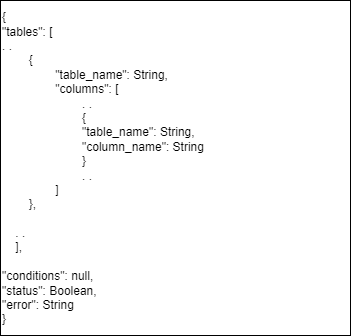
Above: documentation/SemanticParserFile.drawio.png in Rift343/COSMOS (draw.io), before the change. Source tidied: cells renumbered, new cells last; positions are measured from the earlier drawing's top-left corner, leaving out a move shared by most shapes. The source it was exported from:
```xml
<mxGraphModel>
  <root>
    <mxCell id="0" />
    <mxCell id="1" parent="0" />
    <mxCell id="2" value="&lt;div&gt;{&lt;/div&gt;&lt;div&gt;&quot;tables&quot;: [&lt;/div&gt;&lt;div&gt;. .&lt;span style=&quot;&quot;&gt;&lt;/span&gt;&lt;/div&gt;&lt;div&gt;&lt;span style=&quot;&quot;&gt;&lt;span style=&quot;&quot;&gt;&lt;span style=&quot;&quot;&gt;&amp;nbsp;&amp;nbsp;&amp;nbsp;&amp;nbsp;&lt;/span&gt;&lt;span style=&quot;&quot;&gt;&amp;nbsp;&amp;nbsp;&amp;nbsp;&amp;nbsp;&lt;/span&gt;&lt;/span&gt;{&lt;/span&gt;&lt;/div&gt;&lt;span style=&quot;border-color: var(--border-color);&quot;&gt;&lt;span style=&quot;white-space: pre;&quot;&gt;&#9;&lt;span style=&quot;white-space: pre;&quot;&gt;&#9;&lt;/span&gt;&lt;/span&gt;&lt;/span&gt;&quot;table_name&quot;: String,&lt;div&gt;&lt;span style=&quot;&quot;&gt;&lt;span style=&quot;&quot;&gt;&lt;span style=&quot;&quot;&gt;&amp;nbsp;&amp;nbsp;&amp;nbsp;&amp;nbsp;&lt;/span&gt;&lt;span style=&quot;&quot;&gt;&amp;nbsp;&amp;nbsp;&amp;nbsp;&amp;nbsp;&lt;span style=&quot;white-space: pre;&quot;&gt;&#9;&lt;/span&gt;&lt;/span&gt;&lt;/span&gt;&quot;columns&quot;: [&lt;/span&gt;&lt;/div&gt;&lt;div&gt;&lt;span style=&quot;&quot;&gt;&lt;span style=&quot;white-space: pre;&quot;&gt;&#9;&lt;/span&gt;&lt;span style=&quot;white-space: pre;&quot;&gt;&#9;&lt;/span&gt;&lt;span style=&quot;white-space: pre;&quot;&gt;&#9;&lt;/span&gt;. .&lt;/span&gt;&lt;/div&gt;&lt;div&gt;&lt;span style=&quot;&quot;&gt;&lt;span style=&quot;white-space: pre;&quot;&gt;&#9;&lt;/span&gt;&lt;span style=&quot;white-space: pre;&quot;&gt;&#9;&lt;span style=&quot;white-space: pre;&quot;&gt;&#9;&lt;/span&gt;&lt;/span&gt;{&lt;/span&gt;&lt;/div&gt;&lt;div&gt;&lt;span style=&quot;&quot;&gt;&lt;span style=&quot;white-space: pre;&quot;&gt;&#9;&lt;/span&gt;&lt;span style=&quot;white-space: pre;&quot;&gt;&#9;&lt;span style=&quot;white-space: pre;&quot;&gt;&#9;&lt;/span&gt;&quot;&lt;/span&gt;table_name&quot;: String,&lt;/span&gt;&lt;/div&gt;&lt;div&gt;&lt;span style=&quot;&quot;&gt;&lt;span style=&quot;white-space: pre;&quot;&gt;&#9;&lt;/span&gt;&lt;span style=&quot;white-space: pre;&quot;&gt;&#9;&lt;/span&gt;&lt;span style=&quot;white-space: pre;&quot;&gt;&#9;&lt;/span&gt;&quot;column_name&quot;: String&lt;/span&gt;&lt;/div&gt;&lt;div&gt;&lt;span style=&quot;&quot;&gt;&lt;span style=&quot;white-space: pre;&quot;&gt;&#9;&lt;/span&gt;&lt;span style=&quot;white-space: pre;&quot;&gt;&#9;&lt;span style=&quot;white-space: pre;&quot;&gt;&#9;&lt;/span&gt;&lt;/span&gt;}&lt;/span&gt;&lt;/div&gt;&lt;div&gt;&lt;span style=&quot;&quot;&gt;&lt;span style=&quot;white-space: pre;&quot;&gt;&#9;&lt;/span&gt;&lt;span style=&quot;white-space: pre;&quot;&gt;&#9;&lt;/span&gt;&lt;span style=&quot;white-space: pre;&quot;&gt;&#9;&lt;/span&gt;. .&lt;br&gt;&lt;/span&gt;&lt;/div&gt;&lt;div&gt;&lt;span style=&quot;&quot;&gt;&lt;span style=&quot;white-space: pre;&quot;&gt;&#9;&lt;span style=&quot;white-space: pre;&quot;&gt;&#9;&lt;/span&gt;&lt;/span&gt;]&lt;br&gt;&lt;/span&gt;&lt;/div&gt;&lt;div&gt;&lt;span style=&quot;&quot;&gt;&lt;span style=&quot;&quot;&gt;&lt;span style=&quot;&quot;&gt;&amp;nbsp;&amp;nbsp;&amp;nbsp;&amp;nbsp;&lt;/span&gt;&lt;span style=&quot;&quot;&gt;&amp;nbsp;&amp;nbsp;&amp;nbsp;&amp;nbsp;&lt;/span&gt;&lt;/span&gt;},&lt;/span&gt;&lt;/div&gt;&lt;div&gt;&lt;br&gt;&lt;/div&gt;&lt;div&gt;&lt;span style=&quot;&quot;&gt;&lt;span style=&quot;&quot;&gt;&lt;span style=&quot;&quot;&gt;&amp;nbsp;&amp;nbsp;&amp;nbsp;&amp;nbsp;&lt;/span&gt;&lt;/span&gt;. .&lt;/span&gt;&lt;/div&gt;&lt;div&gt;&lt;span style=&quot;&quot;&gt;&lt;span style=&quot;&quot;&gt;&lt;span style=&quot;&quot;&gt;&amp;nbsp;&amp;nbsp;&amp;nbsp;&amp;nbsp;&lt;/span&gt;&lt;/span&gt;],&lt;/span&gt;&lt;/div&gt;&lt;div&gt;&lt;br&gt;&lt;/div&gt;&lt;div&gt;&quot;conditions&quot;: null,&lt;/div&gt;&lt;div&gt;&quot;status&quot;: Boolean,&lt;/div&gt;&lt;div&gt;&quot;error&quot;: String&lt;/div&gt;&lt;div&gt;}&lt;/div&gt;" style="whiteSpace=wrap;html=1;align=left;" parent="1" vertex="1">
      <mxGeometry width="350" height="335" as="geometry" />
    </mxCell>
  </root>
</mxGraphModel>
```
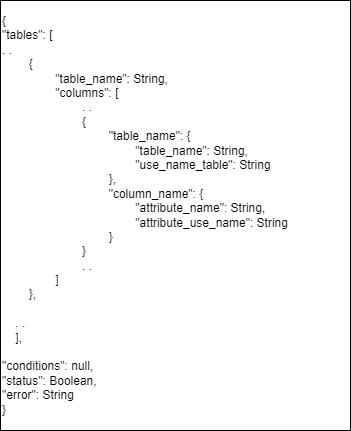
The same diagram one commit later.

Change to the diagram source:
```diff
@@ -2,8 +2,8 @@
   <root>
     <mxCell id="0" />
     <mxCell id="1" parent="0" />
-    <mxCell id="2" value="&lt;div&gt;{&lt;/div&gt;&lt;div&gt;&quot;tables&quot;: [&lt;/div&gt;&lt;div&gt;. .&lt;span style=&quot;&quot;&gt;&lt;/span&gt;&lt;/div&gt;&lt;div&gt;&lt;span style=&quot;&quot;&gt;&lt;span style=&quot;&quot;&gt;&lt;span style=&quot;&quot;&gt;&amp;nbsp;&amp;nbsp;&amp;nbsp;&amp;nbsp;&lt;/span&gt;&lt;span style=&quot;&quot;&gt;&amp;nbsp;&amp;nbsp;&amp;nbsp;&amp;nbsp;&lt;/span&gt;&lt;/span&gt;{&lt;/span&gt;&lt;/div&gt;&lt;span style=&quot;border-color: var(--border-color);&quot;&gt;&lt;span style=&quot;white-space: pre;&quot;&gt;&#9;&lt;span style=&quot;white-space: pre;&quot;&gt;&#9;&lt;/span&gt;&lt;/span&gt;&lt;/span&gt;&quot;table_name&quot;: String,&lt;div&gt;&lt;span style=&quot;&quot;&gt;&lt;span style=&quot;&quot;&gt;&lt;span style=&quot;&quot;&gt;&amp;nbsp;&amp;nbsp;&amp;nbsp;&amp;nbsp;&lt;/span&gt;&lt;span style=&quot;&quot;&gt;&amp;nbsp;&amp;nbsp;&amp;nbsp;&amp;nbsp;&lt;span style=&quot;white-space: pre;&quot;&gt;&#9;&lt;/span&gt;&lt;/span&gt;&lt;/span&gt;&quot;columns&quot;: [&lt;/span&gt;&lt;/div&gt;&lt;div&gt;&lt;span style=&quot;&quot;&gt;&lt;span style=&quot;white-space: pre;&quot;&gt;&#9;&lt;/span&gt;&lt;span style=&quot;white-space: pre;&quot;&gt;&#9;&lt;/span&gt;&lt;span style=&quot;white-space: pre;&quot;&gt;&#9;&lt;/span&gt;. .&lt;/span&gt;&lt;/div&gt;&lt;div&gt;&lt;span style=&quot;&quot;&gt;&lt;span style=&quot;white-space: pre;&quot;&gt;&#9;&lt;/span&gt;&lt;span style=&quot;white-space: pre;&quot;&gt;&#9;&lt;span style=&quot;white-space: pre;&quot;&gt;&#9;&lt;/span&gt;&lt;/span&gt;{&lt;/span&gt;&lt;/div&gt;&lt;div&gt;&lt;span style=&quot;&quot;&gt;&lt;span style=&quot;white-space: pre;&quot;&gt;&#9;&lt;/span&gt;&lt;span style=&quot;white-space: pre;&quot;&gt;&#9;&lt;span style=&quot;white-space: pre;&quot;&gt;&#9;&lt;/span&gt;&quot;&lt;/span&gt;table_name&quot;: String,&lt;/span&gt;&lt;/div&gt;&lt;div&gt;&lt;span style=&quot;&quot;&gt;&lt;span style=&quot;white-space: pre;&quot;&gt;&#9;&lt;/span&gt;&lt;span style=&quot;white-space: pre;&quot;&gt;&#9;&lt;/span&gt;&lt;span style=&quot;white-space: pre;&quot;&gt;&#9;&lt;/span&gt;&quot;column_name&quot;: String&lt;/span&gt;&lt;/div&gt;&lt;div&gt;&lt;span style=&quot;&quot;&gt;&lt;span style=&quot;white-space: pre;&quot;&gt;&#9;&lt;/span&gt;&lt;span style=&quot;white-space: pre;&quot;&gt;&#9;&lt;span style=&quot;white-space: pre;&quot;&gt;&#9;&lt;/span&gt;&lt;/span&gt;}&lt;/span&gt;&lt;/div&gt;&lt;div&gt;&lt;span style=&quot;&quot;&gt;&lt;span style=&quot;white-space: pre;&quot;&gt;&#9;&lt;/span&gt;&lt;span style=&quot;white-space: pre;&quot;&gt;&#9;&lt;/span&gt;&lt;span style=&quot;white-space: pre;&quot;&gt;&#9;&lt;/span&gt;. .&lt;br&gt;&lt;/span&gt;&lt;/div&gt;&lt;div&gt;&lt;span style=&quot;&quot;&gt;&lt;span style=&quot;white-space: pre;&quot;&gt;&#9;&lt;span style=&quot;white-space: pre;&quot;&gt;&#9;&lt;/span&gt;&lt;/span&gt;]&lt;br&gt;&lt;/span&gt;&lt;/div&gt;&lt;div&gt;&lt;span style=&quot;&quot;&gt;&lt;span style=&quot;&quot;&gt;&lt;span style=&quot;&quot;&gt;&amp;nbsp;&amp;nbsp;&amp;nbsp;&amp;nbsp;&lt;/span&gt;&lt;span style=&quot;&quot;&gt;&amp;nbsp;&amp;nbsp;&amp;nbsp;&amp;nbsp;&lt;/span&gt;&lt;/span&gt;},&lt;/span&gt;&lt;/div&gt;&lt;div&gt;&lt;br&gt;&lt;/div&gt;&lt;div&gt;&lt;span style=&quot;&quot;&gt;&lt;span style=&quot;&quot;&gt;&lt;span style=&quot;&quot;&gt;&amp;nbsp;&amp;nbsp;&amp;nbsp;&amp;nbsp;&lt;/span&gt;&lt;/span&gt;. .&lt;/span&gt;&lt;/div&gt;&lt;div&gt;&lt;span style=&quot;&quot;&gt;&lt;span style=&quot;&quot;&gt;&lt;span style=&quot;&quot;&gt;&amp;nbsp;&amp;nbsp;&amp;nbsp;&amp;nbsp;&lt;/span&gt;&lt;/span&gt;],&lt;/span&gt;&lt;/div&gt;&lt;div&gt;&lt;br&gt;&lt;/div&gt;&lt;div&gt;&quot;conditions&quot;: null,&lt;/div&gt;&lt;div&gt;&quot;status&quot;: Boolean,&lt;/div&gt;&lt;div&gt;&quot;error&quot;: String&lt;/div&gt;&lt;div&gt;}&lt;/div&gt;" style="whiteSpace=wrap;html=1;align=left;" parent="1" vertex="1">
-      <mxGeometry width="350" height="335" as="geometry" />
+    <mxCell id="2" value="&lt;div&gt;{&lt;/div&gt;&lt;div&gt;&quot;tables&quot;: [&lt;/div&gt;&lt;div&gt;. .&lt;span style=&quot;&quot;&gt;&lt;/span&gt;&lt;/div&gt;&lt;div&gt;&lt;span style=&quot;&quot;&gt;&lt;span style=&quot;&quot;&gt;&lt;span style=&quot;&quot;&gt;&amp;nbsp;&amp;nbsp;&amp;nbsp;&amp;nbsp;&lt;/span&gt;&lt;span style=&quot;&quot;&gt;&amp;nbsp;&amp;nbsp;&amp;nbsp;&amp;nbsp;&lt;/span&gt;&lt;/span&gt;{&lt;/span&gt;&lt;/div&gt;&lt;span style=&quot;border-color: var(--border-color);&quot;&gt;&lt;span style=&quot;white-space: pre;&quot;&gt;&#9;&lt;span style=&quot;white-space: pre;&quot;&gt;&#9;&lt;/span&gt;&lt;/span&gt;&lt;/span&gt;&quot;table_name&quot;: String,&lt;div&gt;&lt;span style=&quot;&quot;&gt;&lt;span style=&quot;&quot;&gt;&lt;span style=&quot;&quot;&gt;&amp;nbsp;&amp;nbsp;&amp;nbsp;&amp;nbsp;&lt;/span&gt;&lt;span style=&quot;&quot;&gt;&amp;nbsp;&amp;nbsp;&amp;nbsp;&amp;nbsp;&lt;span style=&quot;white-space: pre;&quot;&gt;&#9;&lt;/span&gt;&lt;/span&gt;&lt;/span&gt;&quot;columns&quot;: [&lt;/span&gt;&lt;/div&gt;&lt;div&gt;&lt;span style=&quot;&quot;&gt;&lt;span style=&quot;white-space: pre;&quot;&gt;&#9;&lt;/span&gt;&lt;span style=&quot;white-space: pre;&quot;&gt;&#9;&lt;/span&gt;&lt;span style=&quot;white-space: pre;&quot;&gt;&#9;&lt;/span&gt;. .&lt;/span&gt;&lt;/div&gt;&lt;div&gt;&lt;span style=&quot;&quot;&gt;&lt;span style=&quot;white-space: pre;&quot;&gt;&#9;&lt;/span&gt;&lt;span style=&quot;white-space: pre;&quot;&gt;&#9;&lt;span style=&quot;white-space: pre;&quot;&gt;&#9;&lt;/span&gt;&lt;/span&gt;{&lt;/span&gt;&lt;/div&gt;&lt;div&gt;&lt;span style=&quot;&quot;&gt;&lt;span style=&quot;white-space: pre;&quot;&gt;&#9;&lt;/span&gt;&lt;span style=&quot;white-space: pre;&quot;&gt;&#9;&lt;span style=&quot;white-space: pre;&quot;&gt;&#9;&lt;span style=&quot;white-space: pre;&quot;&gt;&#9;&lt;/span&gt;&lt;/span&gt;&quot;&lt;/span&gt;table_name&quot;: {&lt;/span&gt;&lt;/div&gt;&lt;div&gt;&lt;span style=&quot;&quot;&gt;&lt;span style=&quot;white-space: pre;&quot;&gt;&#9;&lt;/span&gt;&lt;span style=&quot;white-space: pre;&quot;&gt;&#9;&lt;/span&gt;&lt;span style=&quot;white-space: pre;&quot;&gt;&#9;&lt;/span&gt;&lt;span style=&quot;white-space: pre;&quot;&gt;&#9;&lt;span style=&quot;white-space: pre;&quot;&gt;&#9;&lt;/span&gt;&lt;/span&gt;&quot;table_name&quot;: String,&lt;/span&gt;&lt;/div&gt;&lt;div&gt;&lt;span style=&quot;&quot;&gt;&lt;span style=&quot;white-space: pre;&quot;&gt;&#9;&lt;/span&gt;&lt;span style=&quot;white-space: pre;&quot;&gt;&#9;&lt;/span&gt;&lt;span style=&quot;white-space: pre;&quot;&gt;&#9;&lt;/span&gt;&lt;span style=&quot;white-space: pre;&quot;&gt;&#9;&lt;span style=&quot;white-space: pre;&quot;&gt;&#9;&lt;/span&gt;&lt;/span&gt;&quot;use_name_table&quot;: String&lt;/span&gt;&lt;/div&gt;&lt;div&gt;&lt;span style=&quot;&quot;&gt;&lt;span style=&quot;white-space: pre;&quot;&gt;&#9;&lt;/span&gt;&lt;span style=&quot;white-space: pre;&quot;&gt;&#9;&lt;/span&gt;&lt;span style=&quot;white-space: pre;&quot;&gt;&#9;&lt;span style=&quot;white-space: pre;&quot;&gt;&#9;&lt;/span&gt;&lt;/span&gt;},&lt;/span&gt;&lt;/div&gt;&lt;div&gt;&lt;span style=&quot;&quot;&gt;&lt;span style=&quot;white-space: pre;&quot;&gt;&#9;&lt;/span&gt;&lt;span style=&quot;white-space: pre;&quot;&gt;&#9;&lt;/span&gt;&lt;span style=&quot;white-space: pre;&quot;&gt;&#9;&lt;span style=&quot;white-space: pre;&quot;&gt;&#9;&lt;/span&gt;&lt;/span&gt;&quot;column_name&quot;: {&lt;/span&gt;&lt;/div&gt;&lt;div&gt;&lt;span style=&quot;&quot;&gt;&lt;span style=&quot;white-space: pre;&quot;&gt;&#9;&lt;/span&gt;&lt;span style=&quot;white-space: pre;&quot;&gt;&#9;&lt;/span&gt;&lt;span style=&quot;white-space: pre;&quot;&gt;&#9;&lt;span style=&quot;white-space: pre;&quot;&gt;&#9;&lt;/span&gt;&lt;span style=&quot;white-space: pre;&quot;&gt;&#9;&lt;/span&gt;&quot;attribute_name&quot;: String,&lt;/span&gt;&lt;br&gt;&lt;/span&gt;&lt;/div&gt;&lt;div&gt;&lt;span style=&quot;&quot;&gt;&lt;span style=&quot;white-space: pre;&quot;&gt;&#9;&lt;/span&gt;&lt;span style=&quot;white-space: pre;&quot;&gt;&#9;&lt;/span&gt;&lt;span style=&quot;white-space: pre;&quot;&gt;&#9;&lt;/span&gt;&lt;span style=&quot;white-space: pre;&quot;&gt;&#9;&lt;/span&gt;&lt;span style=&quot;white-space: pre;&quot;&gt;&#9;&lt;/span&gt;&quot;attribute_use_name&quot;: String&lt;br&gt;&lt;/span&gt;&lt;/div&gt;&lt;div&gt;&lt;span style=&quot;white-space: pre;&quot;&gt;&#9;&lt;/span&gt;&lt;span style=&quot;white-space: pre;&quot;&gt;&#9;&lt;/span&gt;&lt;span style=&quot;white-space: pre;&quot;&gt;&#9;&lt;/span&gt;&lt;span style=&quot;white-space: pre;&quot;&gt;&#9;&lt;/span&gt;}&lt;br&gt;&lt;/div&gt;&lt;div&gt;&lt;span style=&quot;&quot;&gt;&lt;span style=&quot;white-space: pre;&quot;&gt;&#9;&lt;/span&gt;&lt;span style=&quot;white-space: pre;&quot;&gt;&#9;&lt;span style=&quot;white-space: pre;&quot;&gt;&#9;&lt;/span&gt;&lt;/span&gt;}&lt;/span&gt;&lt;/div&gt;&lt;div&gt;&lt;span style=&quot;&quot;&gt;&lt;span style=&quot;white-space: pre;&quot;&gt;&#9;&lt;/span&gt;&lt;span style=&quot;white-space: pre;&quot;&gt;&#9;&lt;/span&gt;&lt;span style=&quot;white-space: pre;&quot;&gt;&#9;&lt;/span&gt;. .&lt;br&gt;&lt;/span&gt;&lt;/div&gt;&lt;div&gt;&lt;span style=&quot;&quot;&gt;&lt;span style=&quot;white-space: pre;&quot;&gt;&#9;&lt;span style=&quot;white-space: pre;&quot;&gt;&#9;&lt;/span&gt;&lt;/span&gt;]&lt;br&gt;&lt;/span&gt;&lt;/div&gt;&lt;div&gt;&lt;span style=&quot;&quot;&gt;&lt;span style=&quot;&quot;&gt;&lt;span style=&quot;&quot;&gt;&amp;nbsp;&amp;nbsp;&amp;nbsp;&amp;nbsp;&lt;/span&gt;&lt;span style=&quot;&quot;&gt;&amp;nbsp;&amp;nbsp;&amp;nbsp;&amp;nbsp;&lt;/span&gt;&lt;/span&gt;},&lt;/span&gt;&lt;/div&gt;&lt;div&gt;&lt;br&gt;&lt;/div&gt;&lt;div&gt;&lt;span style=&quot;&quot;&gt;&lt;span style=&quot;&quot;&gt;&lt;span style=&quot;&quot;&gt;&amp;nbsp;&amp;nbsp;&amp;nbsp;&amp;nbsp;&lt;/span&gt;&lt;/span&gt;. .&lt;/span&gt;&lt;/div&gt;&lt;div&gt;&lt;span style=&quot;&quot;&gt;&lt;span style=&quot;&quot;&gt;&lt;span style=&quot;&quot;&gt;&amp;nbsp;&amp;nbsp;&amp;nbsp;&amp;nbsp;&lt;/span&gt;&lt;/span&gt;],&lt;/span&gt;&lt;/div&gt;&lt;div&gt;&lt;br&gt;&lt;/div&gt;&lt;div&gt;&quot;conditions&quot;: null,&lt;/div&gt;&lt;div&gt;&quot;status&quot;: Boolean,&lt;/div&gt;&lt;div&gt;&quot;error&quot;: String&lt;/div&gt;&lt;div&gt;}&lt;/div&gt;" style="whiteSpace=wrap;html=1;align=left;" parent="1" vertex="1">
+      <mxGeometry width="350" height="430" as="geometry" />
     </mxCell>
   </root>
 </mxGraphModel>
```
